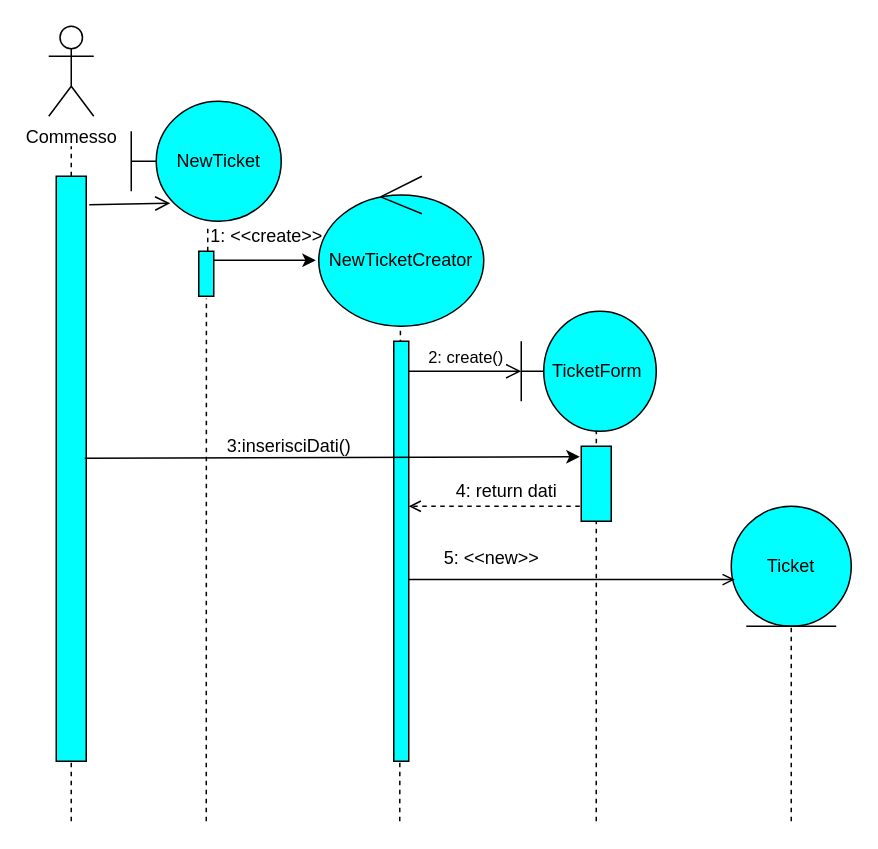
Above: documentazioneRAD/Object&SequenceDiagram/SD_3.drawio in Ciro-Fusco/NewDM (draw.io), before the change. Source tidied: cells renumbered, new cells numbered last; positions are measured from the earlier drawing's top-left corner, leaving out a move shared by most shapes. Both pictures are drawn from the tidied source at 150%, with x=0, y=0 at pixel (48, 26).
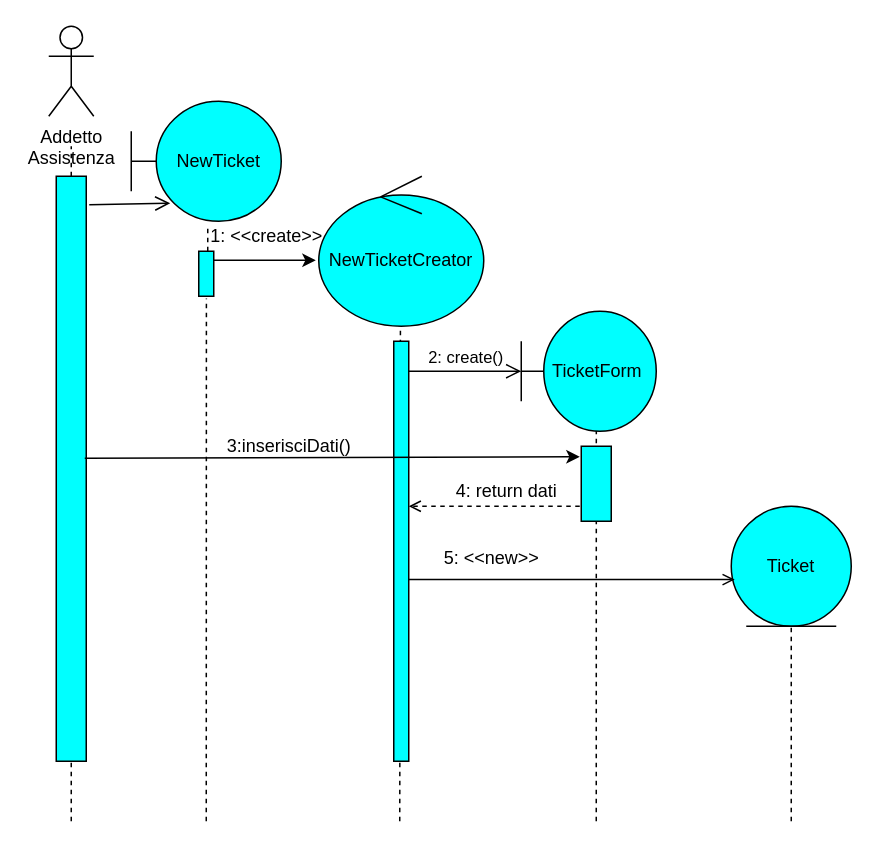
The same diagram, later.

The edit, as a diff of the source:
```diff
@@
-    <mxCell id="9" value="Commesso" style="shape=umlActor;verticalLabelPosition=bottom;verticalAlign=top;html=1;" parent="1" vertex="1">
+    <mxCell id="9" value="Addetto&lt;br&gt;Assistenza" style="shape=umlActor;verticalLabelPosition=bottom;verticalAlign=top;html=1;" parent="1" vertex="1">
       <mxGeometry width="30" height="60" as="geometry" />
     </mxCell>
```
